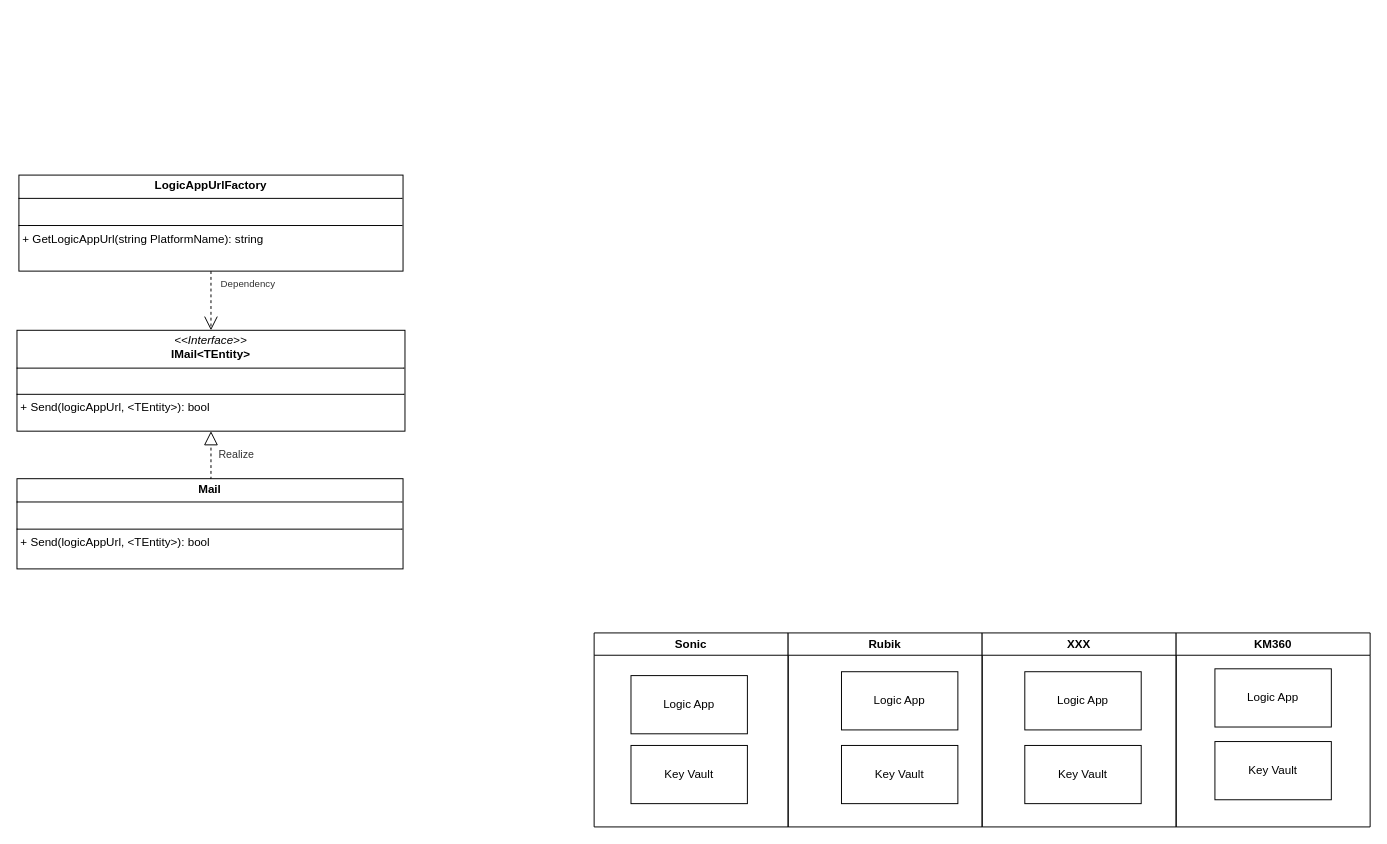
Earlier version of the draw.io diagram page "Page-12" (12 of 13) of 2.drawio (hy986/Repo_0110). Source tidied: cells renumbered, new cells numbered last; positions are measured from the earlier drawing's top-left corner, leaving out a move shared by most shapes. Both pictures are drawn from the tidied source at 97%, with x=0, y=0 at pixel (16, 175).
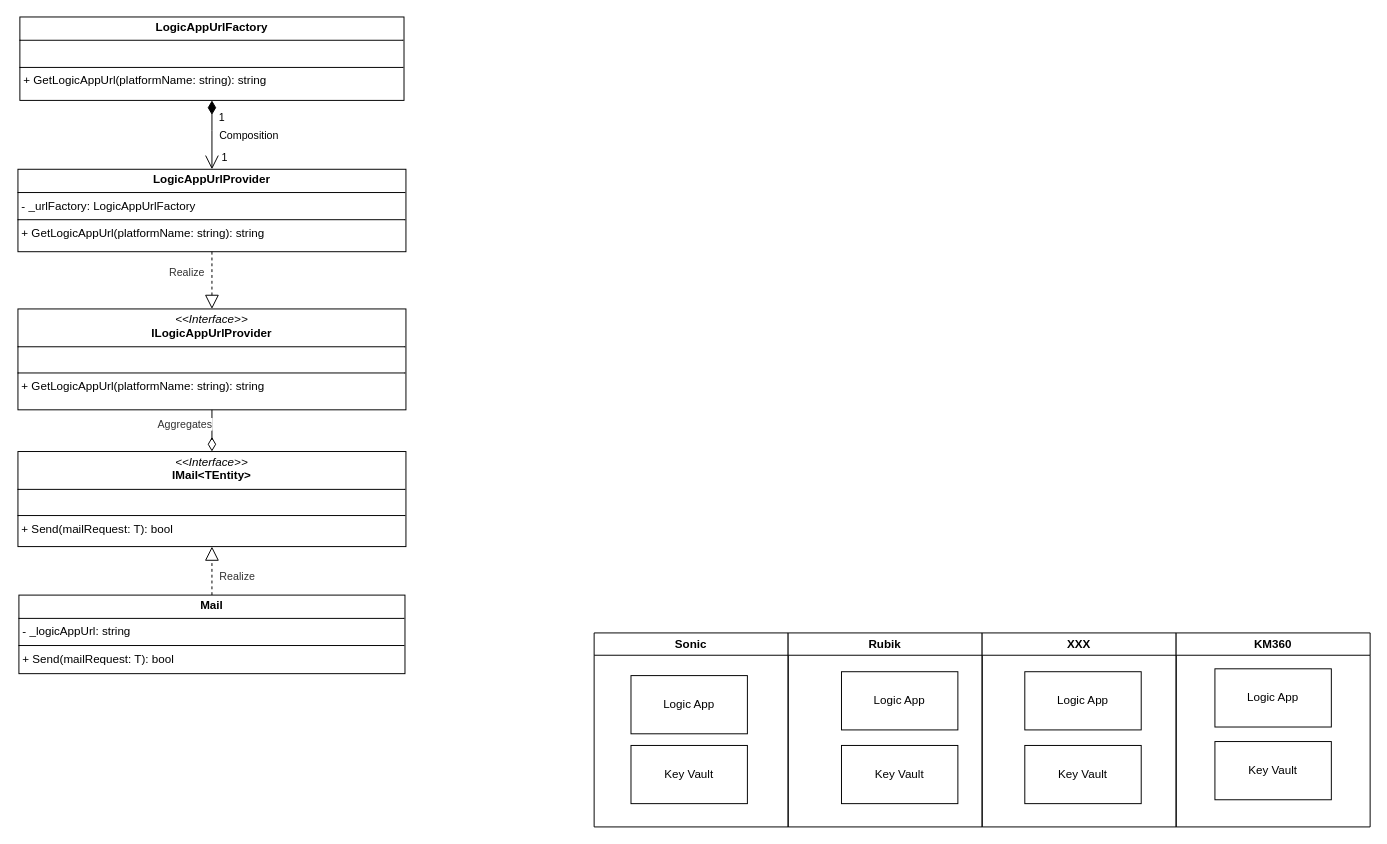
After the change.

The edit, as a diff of the source:
```diff
@@
-    <mxCell id="14" value="&lt;p style=&quot;margin:0px;margin-top:4px;text-align:center;&quot;&gt;&lt;i&gt;&amp;lt;&amp;lt;Interface&amp;gt;&amp;gt;&lt;/i&gt;&lt;br&gt;&lt;b&gt;IMail&amp;lt;TEntity&amp;gt;&lt;/b&gt;&lt;/p&gt;&lt;hr size=&quot;1&quot; style=&quot;border-style:solid;&quot;&gt;&lt;p style=&quot;margin:0px;margin-left:4px;&quot;&gt;&lt;br&gt;&lt;/p&gt;&lt;hr size=&quot;1&quot; style=&quot;border-style:solid;&quot;&gt;&lt;p style=&quot;margin:0px;margin-left:4px;&quot;&gt;+ Send(logicAppUrl, &amp;lt;&lt;span style=&quot;text-align: center;&quot;&gt;TEntity&lt;/span&gt;&amp;gt;&lt;span style=&quot;background-color: initial;&quot;&gt;): bool&lt;/span&gt;&lt;/p&gt;" style="verticalAlign=top;align=left;overflow=fill;html=1;whiteSpace=wrap;" parent="1" vertex="1">
-      <mxGeometry y="160" width="400" height="104" as="geometry" />
+    <mxCell id="14" value="&lt;p style=&quot;margin:0px;margin-top:4px;text-align:center;&quot;&gt;&lt;i&gt;&amp;lt;&amp;lt;Interface&amp;gt;&amp;gt;&lt;/i&gt;&lt;br&gt;&lt;b&gt;IMail&amp;lt;TEntity&amp;gt;&lt;/b&gt;&lt;/p&gt;&lt;hr size=&quot;1&quot; style=&quot;border-style:solid;&quot;&gt;&lt;p style=&quot;margin:0px;margin-left:4px;&quot;&gt;&lt;br&gt;&lt;/p&gt;&lt;hr size=&quot;1&quot; style=&quot;border-style:solid;&quot;&gt;&lt;p style=&quot;margin:0px;margin-left:4px;&quot;&gt;+ Send(mailRequest: T): bool &lt;/p&gt;" style="verticalAlign=top;align=left;overflow=fill;html=1;whiteSpace=wrap;" parent="1" vertex="1">
+      <mxGeometry x="1" y="285" width="400" height="98" as="geometry" />
     </mxCell>
-    <mxCell id="15" value="&#10;&lt;span style=&quot;color: rgb(51, 51, 51); font-family: Helvetica; font-size: 11px; font-style: normal; font-variant-ligatures: normal; font-variant-caps: normal; font-weight: 400; letter-spacing: normal; orphans: 2; text-align: left; text-indent: 0px; text-transform: none; widows: 2; word-spacing: 0px; -webkit-text-stroke-width: 0px; white-space: pre-wrap; background-color: rgb(255, 255, 255); text-decoration-thickness: initial; text-decoration-style: initial; text-decoration-color: initial; display: inline !important; float: none;&quot;&gt;Realize&lt;/span&gt;&#10;&#10;" style="edgeStyle=orthogonalEdgeStyle;rounded=0;jettySize=auto;html=1;exitX=0.5;exitY=0;exitDx=0;exitDy=0;entryX=0.5;entryY=1;entryDx=0;entryDy=0;dashed=1;endArrow=block;endFill=0;endSize=12;" parent="1" edge="1" source="16" target="14">
+    <mxCell id="15" value="&lt;span style=&quot;color: rgb(51, 51, 51); font-family: Helvetica; font-size: 11px; font-style: normal; font-variant-ligatures: normal; font-variant-caps: normal; font-weight: 400; letter-spacing: normal; orphans: 2; text-align: left; text-indent: 0px; text-transform: none; widows: 2; word-spacing: 0px; -webkit-text-stroke-width: 0px; white-space: pre-wrap; background-color: rgb(255, 255, 255); text-decoration-thickness: initial; text-decoration-style: initial; text-decoration-color: initial; display: inline !important; float: none;&quot;&gt;Realize&lt;/span&gt;" style="edgeStyle=orthogonalEdgeStyle;rounded=0;jettySize=auto;html=1;exitX=0.5;exitY=0;exitDx=0;exitDy=0;entryX=0.5;entryY=1;entryDx=0;entryDy=0;dashed=1;endArrow=block;endFill=0;endSize=12;" parent="1" edge="1" source="16" target="14">
       <mxGeometry x="-0.25" y="-26" relative="1" as="geometry" />
     </mxCell>
-    <mxCell id="16" value="&lt;p style=&quot;margin:0px;margin-top:4px;text-align:center;&quot;&gt;&lt;b&gt;Mail&lt;/b&gt;&lt;/p&gt;&lt;hr size=&quot;1&quot; style=&quot;border-style:solid;&quot;&gt;&lt;p style=&quot;margin: 0px 0px 0px 4px;&quot;&gt;&lt;br&gt;&lt;/p&gt;&lt;hr size=&quot;1&quot; style=&quot;border-style:solid;&quot;&gt;&lt;p style=&quot;margin: 0px 0px 0px 4px;&quot;&gt;+ Send(&lt;span style=&quot;background-color: initial;&quot;&gt;logicAppUrl,&lt;/span&gt;&lt;span style=&quot;background-color: initial;&quot;&gt;&amp;nbsp;&lt;/span&gt;&lt;span style=&quot;background-color: initial;&quot;&gt;&amp;lt;&lt;/span&gt;&lt;span style=&quot;background-color: initial; text-align: center;&quot;&gt;TEntity&lt;/span&gt;&lt;span style=&quot;background-color: initial;&quot;&gt;&amp;gt;&lt;/span&gt;&lt;span style=&quot;background-color: initial;&quot;&gt;): bool&lt;/span&gt;&lt;/p&gt;" style="verticalAlign=top;align=left;overflow=fill;html=1;whiteSpace=wrap;" parent="1" vertex="1">
-      <mxGeometry y="313" width="398" height="93" as="geometry" />
+    <mxCell id="16" value="&lt;p style=&quot;margin:0px;margin-top:4px;text-align:center;&quot;&gt;&lt;b&gt;Mail&lt;/b&gt;&lt;/p&gt;&lt;hr size=&quot;1&quot; style=&quot;border-style:solid;&quot;&gt;&lt;p style=&quot;margin: 0px 0px 0px 4px;&quot;&gt;- _logicAppUrl: string&amp;nbsp;&lt;/p&gt;&lt;hr size=&quot;1&quot; style=&quot;border-style:solid;&quot;&gt;&lt;p style=&quot;margin: 0px 0px 0px 4px;&quot;&gt;+ Send(mailRequest: T): bool&amp;nbsp;&amp;nbsp;&lt;/p&gt;" style="verticalAlign=top;align=left;overflow=fill;html=1;whiteSpace=wrap;" parent="1" vertex="1">
+      <mxGeometry x="2" y="433" width="398" height="81" as="geometry" />
     </mxCell>
-    <mxCell id="17" style="edgeStyle=orthogonalEdgeStyle;rounded=0;jettySize=auto;html=1;exitX=0.5;exitY=1;exitDx=0;exitDy=0;endArrow=open;endFill=0;dashed=1;endSize=12;" parent="1" edge="1" source="18" target="14">
-      <mxGeometry relative="1" as="geometry" />
-    </mxCell>
-    <mxCell id="18" value="&lt;p style=&quot;margin:0px;margin-top:4px;text-align:center;&quot;&gt;&lt;b&gt;LogicAppUrlFactory&lt;/b&gt;&lt;/p&gt;&lt;hr size=&quot;1&quot; style=&quot;border-style:solid;&quot;&gt;&lt;p style=&quot;margin:0px;margin-left:4px;&quot;&gt;&lt;br&gt;&lt;/p&gt;&lt;hr size=&quot;1&quot; style=&quot;border-style:solid;&quot;&gt;&lt;p style=&quot;margin: 0px 0px 0px 4px;&quot;&gt;+ GetLogicAppUrl&lt;span style=&quot;background-color: initial;&quot;&gt;(string&amp;nbsp;&lt;/span&gt;&lt;span style=&quot;background-color: initial;&quot;&gt;PlatformName&lt;/span&gt;&lt;span style=&quot;background-color: initial;&quot;&gt;): string&lt;/span&gt;&lt;/p&gt;" style="verticalAlign=top;align=left;overflow=fill;html=1;whiteSpace=wrap;" parent="1" vertex="1">
-      <mxGeometry x="2" width="396" height="99" as="geometry" />
+    <mxCell id="18" value="&lt;p style=&quot;margin:0px;margin-top:4px;text-align:center;&quot;&gt;&lt;b&gt;LogicAppUrlFactory&lt;/b&gt;&lt;/p&gt;&lt;hr size=&quot;1&quot; style=&quot;border-style:solid;&quot;&gt;&lt;p style=&quot;margin:0px;margin-left:4px;&quot;&gt;&lt;br&gt;&lt;/p&gt;&lt;hr size=&quot;1&quot; style=&quot;border-style:solid;&quot;&gt;&lt;p style=&quot;margin: 0px 0px 0px 4px;&quot;&gt;+ GetLogicAppUrl(platformName: string): string&lt;/p&gt;" style="verticalAlign=top;align=left;overflow=fill;html=1;whiteSpace=wrap;" parent="1" vertex="1">
+      <mxGeometry x="3" y="-163" width="396" height="86" as="geometry" />
     </mxCell>
-    <mxCell id="19" value="&lt;span style=&quot;overflow-wrap: break-word; box-sizing: border-box; list-style: inherit; color: rgb(51, 51, 51); text-align: left; white-space: pre-wrap;&quot;&gt;&lt;font style=&quot;font-size: 10px;&quot;&gt;Dependency&lt;/font&gt;&lt;/span&gt;" style="edgeLabel;html=1;align=center;verticalAlign=middle;" parent="1" vertex="1">
-      <mxGeometry x="237" y="111" as="geometry" />
-    </mxCell>
+    <mxCell id="20" value="&lt;p style=&quot;margin:0px;margin-top:4px;text-align:center;&quot;&gt;&lt;i&gt;&amp;lt;&amp;lt;Interface&amp;gt;&amp;gt;&lt;/i&gt;&lt;br&gt;&lt;b&gt;ILogicAppUrlProvider&lt;/b&gt;&lt;/p&gt;&lt;hr size=&quot;1&quot; style=&quot;border-style:solid;&quot;&gt;&lt;p style=&quot;margin:0px;margin-left:4px;&quot;&gt;&lt;br&gt;&lt;/p&gt;&lt;hr size=&quot;1&quot; style=&quot;border-style:solid;&quot;&gt;&lt;p style=&quot;margin:0px;margin-left:4px;&quot;&gt;+ GetLogicAppUrl(platformName: string): string&lt;/p&gt;" style="verticalAlign=top;align=left;overflow=fill;html=1;whiteSpace=wrap;" parent="1" vertex="1">
+      <mxGeometry x="1" y="138" width="400" height="104" as="geometry" />
+    </mxCell>
+    <mxCell id="21" value="&lt;p style=&quot;margin:0px;margin-top:4px;text-align:center;&quot;&gt;&lt;b&gt;LogicAppUrlProvider&lt;/b&gt;&lt;/p&gt;&lt;hr size=&quot;1&quot; style=&quot;border-style:solid;&quot;&gt;&lt;p style=&quot;margin:0px;margin-left:4px;&quot;&gt;- _urlFactory: LogicAppUrlFactory&lt;/p&gt;&lt;hr size=&quot;1&quot; style=&quot;border-style:solid;&quot;&gt;&lt;p style=&quot;margin:0px;margin-left:4px;&quot;&gt;+ GetLogicAppUrl(platformName: string): string&lt;/p&gt;" style="verticalAlign=top;align=left;overflow=fill;html=1;whiteSpace=wrap;" parent="1" vertex="1">
+      <mxGeometry x="1" y="-6" width="400" height="85" as="geometry" />
+    </mxCell>
+    <mxCell id="22" value="&lt;span style=&quot;color: rgb(51, 51, 51); font-family: Helvetica; font-size: 11px; font-style: normal; font-variant-ligatures: normal; font-variant-caps: normal; font-weight: 400; letter-spacing: normal; orphans: 2; text-align: left; text-indent: 0px; text-transform: none; widows: 2; word-spacing: 0px; -webkit-text-stroke-width: 0px; white-space: pre-wrap; background-color: rgb(255, 255, 255); text-decoration-thickness: initial; text-decoration-style: initial; text-decoration-color: initial; display: inline !important; float: none;&quot;&gt;Aggregates&lt;/span&gt;" style="edgeStyle=orthogonalEdgeStyle;rounded=0;jettySize=auto;html=1;exitX=0.5;exitY=1;exitDx=0;exitDy=0;endArrow=diamondThin;endFill=0;endSize=12;entryX=0.5;entryY=0;entryDx=0;entryDy=0;" parent="1" edge="1" source="20" target="14">
+      <mxGeometry x="-0.32" y="-28" relative="1" as="geometry">
+        <Array as="points">
+          <mxPoint x="201" y="273" />
+          <mxPoint x="201" y="273" />
+        </Array>
+      </mxGeometry>
+    </mxCell>
+    <mxCell id="23" value="&lt;span style=&quot;color: rgb(51, 51, 51); font-family: Helvetica; font-size: 11px; font-style: normal; font-variant-ligatures: normal; font-variant-caps: normal; font-weight: 400; letter-spacing: normal; orphans: 2; text-align: left; text-indent: 0px; text-transform: none; widows: 2; word-spacing: 0px; -webkit-text-stroke-width: 0px; white-space: pre-wrap; background-color: rgb(255, 255, 255); text-decoration-thickness: initial; text-decoration-style: initial; text-decoration-color: initial; display: inline !important; float: none;&quot;&gt;Realize&lt;/span&gt;" style="edgeStyle=orthogonalEdgeStyle;rounded=0;jettySize=auto;html=1;exitX=0.5;exitY=1;exitDx=0;exitDy=0;dashed=1;endArrow=block;endFill=0;endSize=12;entryX=0.5;entryY=0;entryDx=0;entryDy=0;" parent="1" edge="1" source="21" target="20">
+      <mxGeometry x="-0.25" y="-26" relative="1" as="geometry" />
+    </mxCell>
+    <mxCell id="24" style="edgeStyle=orthogonalEdgeStyle;rounded=0;jettySize=auto;html=1;endSize=12;endArrow=diamondThin;endFill=1;startArrow=open;startFill=0;startSize=12;entryX=0.5;entryY=1;entryDx=0;entryDy=0;exitX=0.5;exitY=0;exitDx=0;exitDy=0;" parent="1" edge="1" source="21" target="18">
+      <mxGeometry relative="1" as="geometry">
+        <Array as="points">
+          <mxPoint x="201" y="-46" />
+          <mxPoint x="201" y="-46" />
+        </Array>
+      </mxGeometry>
+    </mxCell>
+    <mxCell id="25" value="Composition" style="edgeLabel;html=1;align=center;verticalAlign=middle;" parent="24" vertex="1">
+      <mxGeometry x="0.03" y="-4" relative="1" as="geometry">
+        <mxPoint x="33" y="1" as="offset" />
+      </mxGeometry>
+    </mxCell>
+    <mxCell id="26" value="1" style="edgeLabel;html=1;align=center;verticalAlign=middle;" parent="24" vertex="1">
+      <mxGeometry x="0.66" relative="1" as="geometry">
+        <mxPoint x="9" y="5" as="offset" />
+      </mxGeometry>
+    </mxCell>
+    <mxCell id="27" value="1" style="edgeLabel;html=1;align=center;verticalAlign=middle;" parent="24" vertex="1">
+      <mxGeometry x="-0.63" y="-1" relative="1" as="geometry">
+        <mxPoint x="11" as="offset" />
+      </mxGeometry>
+    </mxCell>
```
